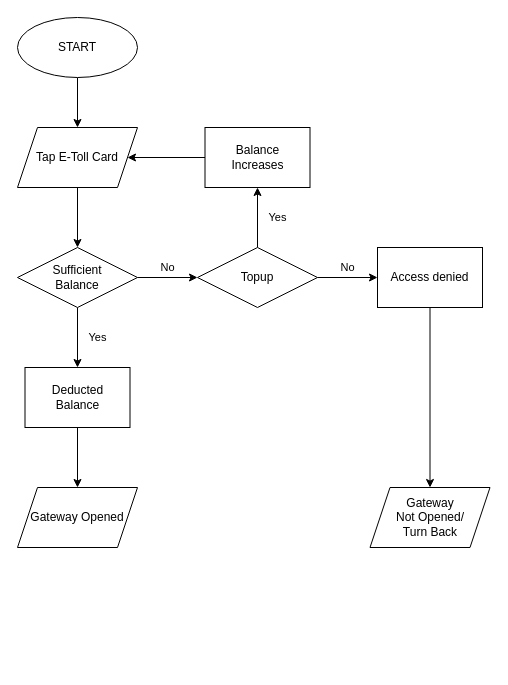
Before: flowchart-EToll.drawio in PashaAkbar/Anwaripasha-Akbar-EToll, a draw.io diagram. Source tidied: cells renumbered, new cells numbered last; positions are measured from the earlier drawing's top-left corner, leaving out a move shared by most shapes. Both pictures are drawn from the tidied source at 100%, with x=0, y=0 at pixel (17, 17).
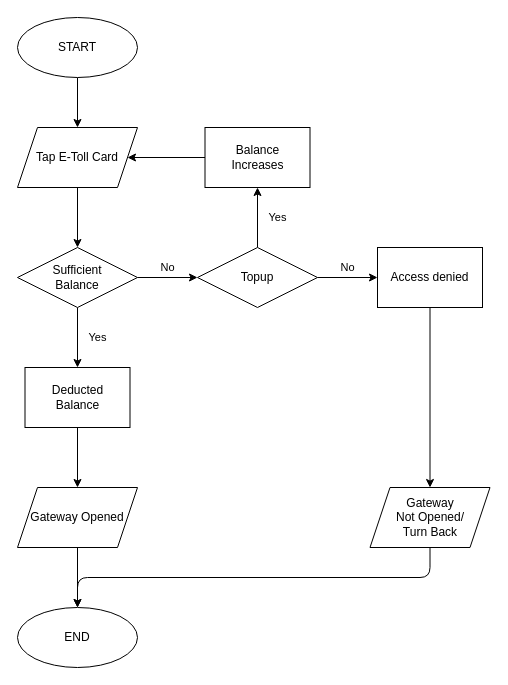
The same diagram, later.

Commit message:
Membuat terminator END

The edit, as a diff of the source:
```diff
@@
+    <mxCell id="20" style="edgeStyle=none;html=1;" parent="1" edge="1">
+      <mxGeometry relative="1" as="geometry">
+        <mxPoint x="60" y="530" as="sourcePoint" />
+        <mxPoint x="60" y="590" as="targetPoint" />
+      </mxGeometry>
+    </mxCell>
+    <mxCell id="21" style="edgeStyle=orthogonalEdgeStyle;html=1;exitX=0.5;exitY=1;exitDx=0;exitDy=0;entryX=0.5;entryY=0;entryDx=0;entryDy=0;" parent="1" edge="1">
+      <mxGeometry relative="1" as="geometry">
+        <mxPoint x="412.5" y="530" as="sourcePoint" />
+        <mxPoint x="60" y="590" as="targetPoint" />
+        <Array as="points">
+          <mxPoint x="413" y="560" />
+          <mxPoint x="60" y="560" />
+        </Array>
+      </mxGeometry>
+    </mxCell>
+    <mxCell id="22" value="END" style="ellipse;whiteSpace=wrap;html=1;" parent="1" vertex="1">
+      <mxGeometry y="590" width="120" height="60" as="geometry" />
+    </mxCell>
```
